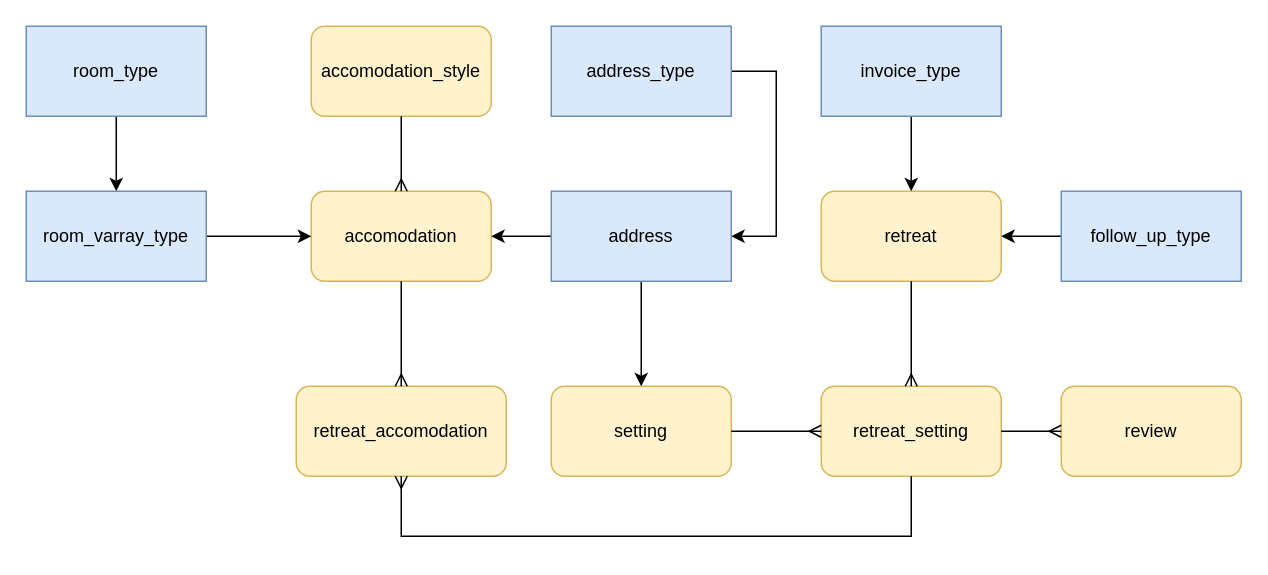
Before: Others/SchemDesign.drawio in suyogkad/DatabaseNov13, a draw.io diagram. Source tidied: cells renumbered, new cells numbered last; positions are measured from the earlier drawing's top-left corner, leaving out a move shared by most shapes. Both pictures are drawn from the tidied source at 150%, with x=0, y=0 at pixel (26, 26).
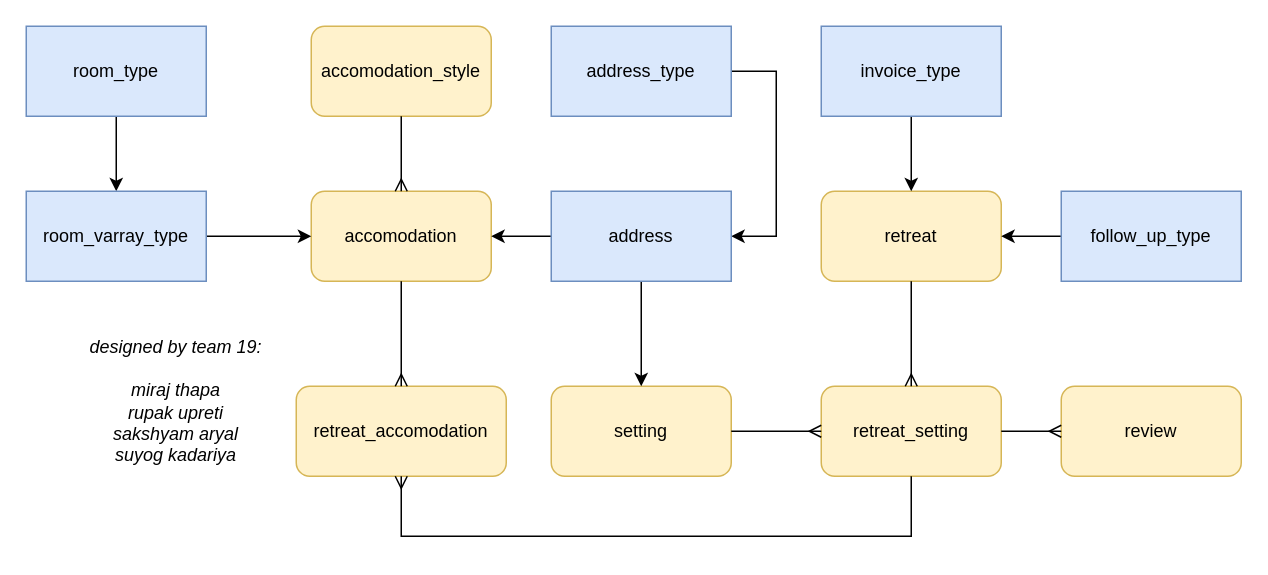
Above is the later version.

Change to the diagram source:
```diff
@@
+    <mxCell id="28" value="&lt;i&gt;designed by team 19:&lt;br&gt;&lt;br&gt;miraj thapa&lt;br&gt;rupak upreti&lt;br&gt;sakshyam aryal&lt;br&gt;suyog kadariya&lt;/i&gt;" style="text;html=1;strokeColor=none;fillColor=none;align=center;verticalAlign=middle;whiteSpace=wrap;rounded=0;" parent="1" vertex="1">
+      <mxGeometry x="10" y="170" width="180" height="160" as="geometry" />
+    </mxCell>
```
